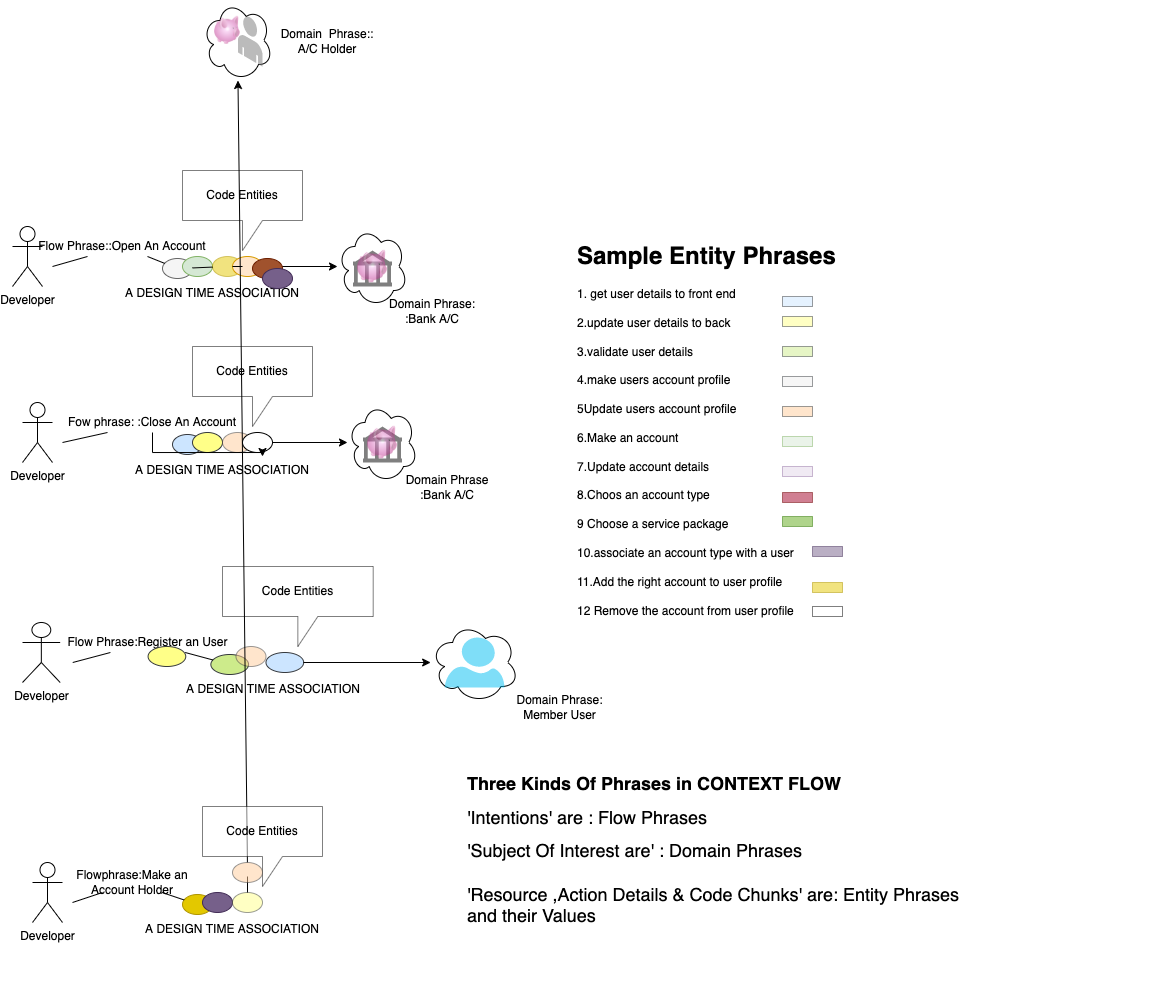
Earlier version of the draw.io export flow_context.png (spicecoder/ContextFlow_Intro). Source tidied: cells renumbered, new cells last; positions are measured from the earlier drawing's top-left corner, leaving out a move shared by most shapes.
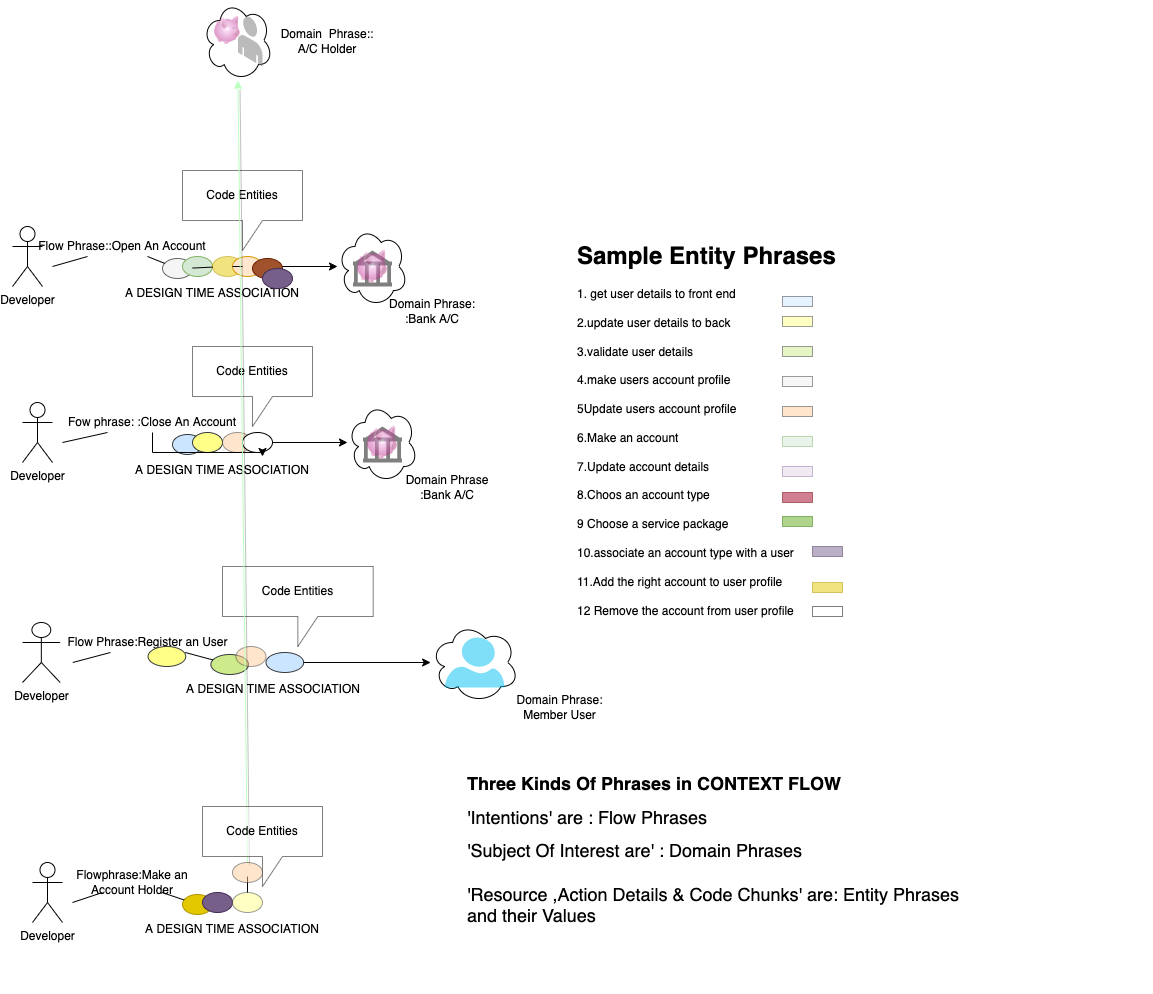
Later version of the same file.

The edit, as a diff of the source:
```diff
@@ -194,7 +194,7 @@
         <mxPoint x="235" y="876" as="targetPoint" />
       </mxGeometry>
     </mxCell>
-    <mxCell id="61" style="endArrow=classic;html=1;rounded=0;startArrow=none;" parent="1" edge="1" target="55">
+    <mxCell id="61" style="endArrow=classic;html=1;startArrow=none;sketch=0;shadow=1;curved=1;strokeColor=#BDFFBF;" parent="1" edge="1" target="55">
       <mxGeometry relative="1" as="geometry">
         <mxPoint x="234.9" y="862" as="sourcePoint" />
       </mxGeometry>
```
